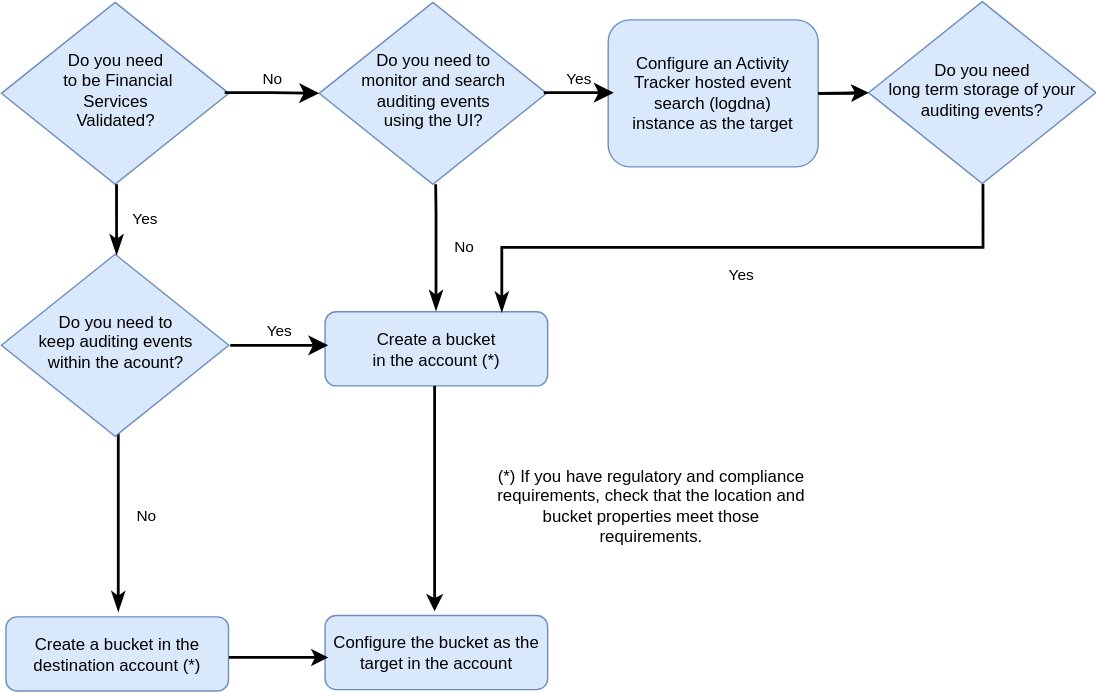
This is atracker/images/overview-flow.svg from ibm-cloud-docs/activity-tracker, a draw.io export, as it was before one commit. Source tidied: cells renumbered, new cells last; positions are measured from the earlier drawing's top-left corner, leaving out a move shared by most shapes. The source it was exported from:
```xml
<mxGraphModel>
  <root>
    <mxCell id="0" />
    <mxCell id="1" parent="0" />
    <mxCell id="2" value="No" style="rounded=0;html=1;jettySize=auto;orthogonalLoop=1;fontSize=11;endArrow=classicThin;endFill=1;endSize=8;strokeWidth=2;shadow=0;labelBackgroundColor=none;edgeStyle=orthogonalEdgeStyle;exitX=0.5;exitY=1;exitDx=0;exitDy=0;" parent="1" edge="1">
      <mxGeometry y="20" relative="1" as="geometry">
        <mxPoint x="82.8" y="301" as="sourcePoint" />
        <mxPoint x="84" y="436" as="targetPoint" />
        <Array as="points">
          <mxPoint x="84" y="301" />
        </Array>
      </mxGeometry>
    </mxCell>
    <mxCell id="3" value="Do you need&lt;br&gt;&amp;nbsp;to be Financial&lt;br&gt;Services &lt;br&gt;Validated?" style="rhombus;whiteSpace=wrap;html=1;shadow=0;fontFamily=Helvetica;fontSize=12;align=center;strokeWidth=1;spacing=6;spacingTop=-4;fillColor=#dae8fc;strokeColor=#6c8ebf;" parent="1" vertex="1">
      <mxGeometry x="0.5" y="1" width="162.5" height="130" as="geometry" />
    </mxCell>
    <mxCell id="4" value="Do you need to &lt;br&gt;monitor and search&lt;br&gt;auditing events&lt;br&gt;using the UI?" style="rhombus;whiteSpace=wrap;html=1;shadow=0;fontFamily=Helvetica;fontSize=12;align=center;strokeWidth=1;spacing=6;spacingTop=-4;fillColor=#dae8fc;strokeColor=#6c8ebf;" parent="1" vertex="1">
      <mxGeometry x="227.5" y="1" width="162.5" height="130" as="geometry" />
    </mxCell>
    <mxCell id="5" style="edgeStyle=orthogonalEdgeStyle;rounded=0;jettySize=auto;html=1;strokeWidth=2;" parent="1" edge="1" source="6" target="19">
      <mxGeometry relative="1" as="geometry" />
    </mxCell>
    <mxCell id="6" value="Configure an Activity Tracker hosted event search (logdna)&lt;br&gt;instance as the target" style="rounded=1;whiteSpace=wrap;html=1;fontSize=12;glass=0;strokeWidth=1;shadow=0;fillColor=#dae8fc;strokeColor=#6c8ebf;" parent="1" vertex="1">
      <mxGeometry x="434" y="13.5" width="150" height="105" as="geometry" />
    </mxCell>
    <mxCell id="7" value="Do you need to &lt;br&gt;keep auditing events &lt;br&gt;within the acount?" style="rhombus;whiteSpace=wrap;html=1;shadow=0;fontFamily=Helvetica;fontSize=12;align=center;strokeWidth=1;spacing=6;spacingTop=-4;fillColor=#dae8fc;strokeColor=#6c8ebf;" parent="1" vertex="1">
      <mxGeometry x="0.5" y="181" width="162.5" height="130" as="geometry" />
    </mxCell>
    <mxCell id="8" value="Create a bucket &lt;br&gt;in the account (*)" style="rounded=1;whiteSpace=wrap;html=1;fontSize=12;glass=0;strokeWidth=1;shadow=0;fillColor=#dae8fc;strokeColor=#6c8ebf;" parent="1" vertex="1">
      <mxGeometry x="231.8" y="222" width="159" height="53" as="geometry" />
    </mxCell>
    <mxCell id="9" value="Configure the bucket as the target in the account" style="rounded=1;whiteSpace=wrap;html=1;fontSize=12;glass=0;strokeWidth=1;shadow=0;fillColor=#dae8fc;strokeColor=#6c8ebf;" parent="1" vertex="1">
      <mxGeometry x="231.8" y="439" width="159" height="53" as="geometry" />
    </mxCell>
    <mxCell id="10" value="Create a bucket in the&lt;br&gt;destination account (*)" style="rounded=1;whiteSpace=wrap;html=1;fontSize=12;glass=0;strokeWidth=1;shadow=0;fillColor=#dae8fc;strokeColor=#6c8ebf;" parent="1" vertex="1">
      <mxGeometry x="3.8" y="440" width="159" height="53" as="geometry" />
    </mxCell>
    <mxCell id="11" value="Yes" style="edgeStyle=orthogonalEdgeStyle;rounded=0;html=1;jettySize=auto;orthogonalLoop=1;fontSize=11;endArrow=classic;endFill=1;endSize=8;strokeWidth=2;shadow=0;labelBackgroundColor=none;" parent="1" edge="1">
      <mxGeometry y="10" relative="1" as="geometry">
        <mxPoint x="164" y="246" as="sourcePoint" />
        <mxPoint x="234" y="246" as="targetPoint" />
      </mxGeometry>
    </mxCell>
    <mxCell id="12" value="Yes" style="edgeStyle=orthogonalEdgeStyle;rounded=0;html=1;jettySize=auto;orthogonalLoop=1;fontSize=11;endArrow=classic;endFill=1;endSize=8;strokeWidth=2;shadow=0;labelBackgroundColor=none;" parent="1" edge="1">
      <mxGeometry y="10" relative="1" as="geometry">
        <mxPoint x="388" y="65.5" as="sourcePoint" />
        <mxPoint x="438" y="65.5" as="targetPoint" />
      </mxGeometry>
    </mxCell>
    <mxCell id="13" value="No" style="edgeStyle=orthogonalEdgeStyle;rounded=0;html=1;jettySize=auto;fontSize=11;endArrow=classic;endFill=1;endSize=8;strokeWidth=2;shadow=0;labelBackgroundColor=none;entryX=0;entryY=0.5;entryDx=0;entryDy=0;" parent="1" edge="1" target="4">
      <mxGeometry y="10" relative="1" as="geometry">
        <mxPoint x="160" y="65.5" as="sourcePoint" />
      </mxGeometry>
    </mxCell>
    <mxCell id="14" value="Yes" style="rounded=0;html=1;jettySize=auto;orthogonalLoop=1;fontSize=11;endArrow=classicThin;endFill=1;endSize=8;strokeWidth=2;shadow=0;labelBackgroundColor=none;edgeStyle=orthogonalEdgeStyle;exitX=0.5;exitY=1;exitDx=0;exitDy=0;entryX=0.75;entryY=0;entryDx=0;entryDy=0;" parent="1" edge="1">
      <mxGeometry y="20" relative="1" as="geometry">
        <mxPoint x="701.8" y="130.5" as="sourcePoint" />
        <mxPoint x="358" y="222" as="targetPoint" />
        <Array as="points">
          <mxPoint x="702" y="176" />
          <mxPoint x="358" y="176" />
        </Array>
      </mxGeometry>
    </mxCell>
    <mxCell id="15" style="endArrow=classic;html=1;rounded=0;strokeWidth=2;" parent="1" edge="1">
      <mxGeometry relative="1" as="geometry">
        <mxPoint x="163" y="469" as="sourcePoint" />
        <mxPoint x="234" y="469" as="targetPoint" />
      </mxGeometry>
    </mxCell>
    <mxCell id="16" value="No" style="rounded=0;html=1;jettySize=auto;orthogonalLoop=1;fontSize=11;endArrow=classicThin;endFill=1;endSize=8;strokeWidth=2;shadow=0;labelBackgroundColor=none;edgeStyle=orthogonalEdgeStyle;exitX=0.5;exitY=1;exitDx=0;exitDy=0;" parent="1" edge="1">
      <mxGeometry y="20" relative="1" as="geometry">
        <mxPoint x="310.8" y="131" as="sourcePoint" />
        <mxPoint x="311" y="221" as="targetPoint" />
        <Array as="points">
          <mxPoint x="310" y="151" />
          <mxPoint x="310" y="151" />
        </Array>
      </mxGeometry>
    </mxCell>
    <mxCell id="17" style="endArrow=classic;html=1;rounded=0;strokeWidth=2;" parent="1" edge="1">
      <mxGeometry relative="1" as="geometry">
        <mxPoint x="310" y="275" as="sourcePoint" />
        <mxPoint x="310" y="436" as="targetPoint" />
      </mxGeometry>
    </mxCell>
    <mxCell id="18" value="(*) If you have regulatory and compliance requirements, check that the location and bucket properties meet those requirements." style="text;html=1;strokeColor=none;fillColor=none;align=center;verticalAlign=middle;whiteSpace=wrap;rounded=0;" parent="1" vertex="1">
      <mxGeometry x="350" y="306" width="230" height="110" as="geometry" />
    </mxCell>
    <mxCell id="19" value="Do you need &lt;br&gt;long term storage of your auditing events?" style="rhombus;whiteSpace=wrap;html=1;shadow=0;fontFamily=Helvetica;fontSize=12;align=center;strokeWidth=1;spacing=6;spacingTop=-4;fillColor=#dae8fc;strokeColor=#6c8ebf;" parent="1" vertex="1">
      <mxGeometry x="620" y="0.5" width="162.5" height="130" as="geometry" />
    </mxCell>
    <mxCell id="20" style="endArrow=classic;html=1;rounded=0;entryX=0;entryY=0.5;entryDx=0;entryDy=0;exitX=1;exitY=0.5;exitDx=0;exitDy=0;strokeWidth=2;" parent="1" edge="1" source="6" target="19">
      <mxGeometry relative="1" as="geometry" />
    </mxCell>
    <mxCell id="21" value="Yes" style="rounded=0;html=1;jettySize=auto;orthogonalLoop=1;fontSize=11;endArrow=classicThin;endFill=1;endSize=8;strokeWidth=2;shadow=0;labelBackgroundColor=none;edgeStyle=orthogonalEdgeStyle;exitX=0.5;exitY=1;exitDx=0;exitDy=0;" parent="1" edge="1">
      <mxGeometry y="20" relative="1" as="geometry">
        <mxPoint x="82.8" y="131" as="sourcePoint" />
        <mxPoint x="82.8" y="181" as="targetPoint" />
      </mxGeometry>
    </mxCell>
  </root>
</mxGraphModel>
```
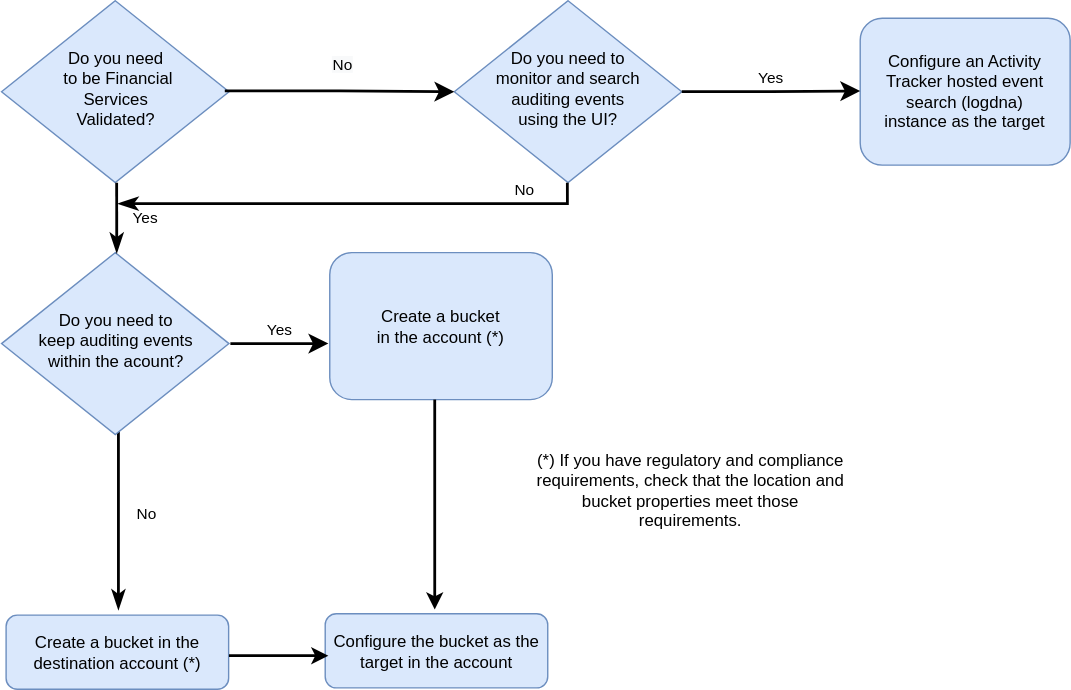
Above is the later version.

Commit message:
Activity Tracker

Change to the diagram source:
```diff
@@ -15,19 +15,16 @@
       <mxGeometry x="0.5" y="1" width="162.5" height="130" as="geometry" />
     </mxCell>
     <mxCell id="4" value="Do you need to &lt;br&gt;monitor and search&lt;br&gt;auditing events&lt;br&gt;using the UI?" style="rhombus;whiteSpace=wrap;html=1;shadow=0;fontFamily=Helvetica;fontSize=12;align=center;strokeWidth=1;spacing=6;spacingTop=-4;fillColor=#dae8fc;strokeColor=#6c8ebf;" parent="1" vertex="1">
-      <mxGeometry x="227.5" y="1" width="162.5" height="130" as="geometry" />
+      <mxGeometry x="324" y="1" width="162.5" height="130" as="geometry" />
     </mxCell>
-    <mxCell id="5" style="edgeStyle=orthogonalEdgeStyle;rounded=0;jettySize=auto;html=1;strokeWidth=2;" parent="1" edge="1" source="6" target="19">
-      <mxGeometry relative="1" as="geometry" />
-    </mxCell>
     <mxCell id="6" value="Configure an Activity Tracker hosted event search (logdna)&lt;br&gt;instance as the target" style="rounded=1;whiteSpace=wrap;html=1;fontSize=12;glass=0;strokeWidth=1;shadow=0;fillColor=#dae8fc;strokeColor=#6c8ebf;" parent="1" vertex="1">
-      <mxGeometry x="434" y="13.5" width="150" height="105" as="geometry" />
+      <mxGeometry x="614" y="13.5" width="150" height="105" as="geometry" />
     </mxCell>
     <mxCell id="7" value="Do you need to &lt;br&gt;keep auditing events &lt;br&gt;within the acount?" style="rhombus;whiteSpace=wrap;html=1;shadow=0;fontFamily=Helvetica;fontSize=12;align=center;strokeWidth=1;spacing=6;spacingTop=-4;fillColor=#dae8fc;strokeColor=#6c8ebf;" parent="1" vertex="1">
       <mxGeometry x="0.5" y="181" width="162.5" height="130" as="geometry" />
     </mxCell>
     <mxCell id="8" value="Create a bucket &lt;br&gt;in the account (*)" style="rounded=1;whiteSpace=wrap;html=1;fontSize=12;glass=0;strokeWidth=1;shadow=0;fillColor=#dae8fc;strokeColor=#6c8ebf;" parent="1" vertex="1">
-      <mxGeometry x="231.8" y="222" width="159" height="53" as="geometry" />
+      <mxGeometry x="235" y="181" width="159" height="105" as="geometry" />
     </mxCell>
     <mxCell id="9" value="Configure the bucket as the target in the account" style="rounded=1;whiteSpace=wrap;html=1;fontSize=12;glass=0;strokeWidth=1;shadow=0;fillColor=#dae8fc;strokeColor=#6c8ebf;" parent="1" vertex="1">
       <mxGeometry x="231.8" y="439" width="159" height="53" as="geometry" />
@@ -41,63 +38,46 @@
         <mxPoint x="234" y="246" as="targetPoint" />
       </mxGeometry>
     </mxCell>
-    <mxCell id="12" value="Yes" style="edgeStyle=orthogonalEdgeStyle;rounded=0;html=1;jettySize=auto;orthogonalLoop=1;fontSize=11;endArrow=classic;endFill=1;endSize=8;strokeWidth=2;shadow=0;labelBackgroundColor=none;" parent="1" edge="1">
+    <mxCell id="12" value="Yes" style="edgeStyle=orthogonalEdgeStyle;rounded=0;html=1;jettySize=auto;fontSize=11;endArrow=classic;endFill=1;endSize=8;strokeWidth=2;shadow=0;labelBackgroundColor=none;exitX=1;exitY=0.5;exitDx=0;exitDy=0;" parent="1" edge="1" source="4">
       <mxGeometry y="10" relative="1" as="geometry">
-        <mxPoint x="388" y="65.5" as="sourcePoint" />
-        <mxPoint x="438" y="65.5" as="targetPoint" />
+        <mxPoint x="614" y="65.5" as="targetPoint" />
       </mxGeometry>
     </mxCell>
-    <mxCell id="13" value="No" style="edgeStyle=orthogonalEdgeStyle;rounded=0;html=1;jettySize=auto;fontSize=11;endArrow=classic;endFill=1;endSize=8;strokeWidth=2;shadow=0;labelBackgroundColor=none;entryX=0;entryY=0.5;entryDx=0;entryDy=0;" parent="1" edge="1" target="4">
-      <mxGeometry y="10" relative="1" as="geometry">
+    <mxCell id="13" value="&lt;meta charset=&quot;utf-8&quot;&gt;&lt;span style=&quot;color: rgb(0, 0, 0); font-family: Helvetica; font-size: 11px; font-style: normal; font-variant-ligatures: normal; font-variant-caps: normal; font-weight: 400; letter-spacing: normal; orphans: 2; text-align: center; text-indent: 0px; text-transform: none; widows: 2; word-spacing: 0px; -webkit-text-stroke-width: 0px; background-color: rgb(248, 249, 250); text-decoration-thickness: initial; text-decoration-style: initial; text-decoration-color: initial; float: none; display: inline !important;&quot;&gt;No&lt;/span&gt;" style="edgeStyle=orthogonalEdgeStyle;rounded=0;html=1;jettySize=auto;fontSize=11;endArrow=classic;endFill=1;endSize=8;strokeWidth=2;shadow=0;labelBackgroundColor=none;entryX=0;entryY=0.5;entryDx=0;entryDy=0;" parent="1" edge="1" target="4">
+      <mxGeometry y="20" relative="1" as="geometry">
         <mxPoint x="160" y="65.5" as="sourcePoint" />
+        <mxPoint x="-18" y="-19" as="offset" />
       </mxGeometry>
     </mxCell>
-    <mxCell id="14" value="Yes" style="rounded=0;html=1;jettySize=auto;orthogonalLoop=1;fontSize=11;endArrow=classicThin;endFill=1;endSize=8;strokeWidth=2;shadow=0;labelBackgroundColor=none;edgeStyle=orthogonalEdgeStyle;exitX=0.5;exitY=1;exitDx=0;exitDy=0;entryX=0.75;entryY=0;entryDx=0;entryDy=0;" parent="1" edge="1">
-      <mxGeometry y="20" relative="1" as="geometry">
-        <mxPoint x="701.8" y="130.5" as="sourcePoint" />
-        <mxPoint x="358" y="222" as="targetPoint" />
-        <Array as="points">
-          <mxPoint x="702" y="176" />
-          <mxPoint x="358" y="176" />
-        </Array>
-      </mxGeometry>
-    </mxCell>
     <mxCell id="15" style="endArrow=classic;html=1;rounded=0;strokeWidth=2;" parent="1" edge="1">
       <mxGeometry relative="1" as="geometry">
         <mxPoint x="163" y="469" as="sourcePoint" />
         <mxPoint x="234" y="469" as="targetPoint" />
       </mxGeometry>
     </mxCell>
-    <mxCell id="16" value="No" style="rounded=0;html=1;jettySize=auto;orthogonalLoop=1;fontSize=11;endArrow=classicThin;endFill=1;endSize=8;strokeWidth=2;shadow=0;labelBackgroundColor=none;edgeStyle=orthogonalEdgeStyle;exitX=0.5;exitY=1;exitDx=0;exitDy=0;" parent="1" edge="1">
-      <mxGeometry y="20" relative="1" as="geometry">
-        <mxPoint x="310.8" y="131" as="sourcePoint" />
-        <mxPoint x="311" y="221" as="targetPoint" />
-        <Array as="points">
-          <mxPoint x="310" y="151" />
-          <mxPoint x="310" y="151" />
-        </Array>
-      </mxGeometry>
-    </mxCell>
     <mxCell id="17" style="endArrow=classic;html=1;rounded=0;strokeWidth=2;" parent="1" edge="1">
       <mxGeometry relative="1" as="geometry">
-        <mxPoint x="310" y="275" as="sourcePoint" />
+        <mxPoint x="310" y="286" as="sourcePoint" />
         <mxPoint x="310" y="436" as="targetPoint" />
       </mxGeometry>
     </mxCell>
     <mxCell id="18" value="(*) If you have regulatory and compliance requirements, check that the location and bucket properties meet those requirements." style="text;html=1;strokeColor=none;fillColor=none;align=center;verticalAlign=middle;whiteSpace=wrap;rounded=0;" parent="1" vertex="1">
-      <mxGeometry x="350" y="306" width="230" height="110" as="geometry" />
+      <mxGeometry x="378" y="296" width="230" height="110" as="geometry" />
     </mxCell>
-    <mxCell id="19" value="Do you need &lt;br&gt;long term storage of your auditing events?" style="rhombus;whiteSpace=wrap;html=1;shadow=0;fontFamily=Helvetica;fontSize=12;align=center;strokeWidth=1;spacing=6;spacingTop=-4;fillColor=#dae8fc;strokeColor=#6c8ebf;" parent="1" vertex="1">
-      <mxGeometry x="620" y="0.5" width="162.5" height="130" as="geometry" />
-    </mxCell>
-    <mxCell id="20" style="endArrow=classic;html=1;rounded=0;entryX=0;entryY=0.5;entryDx=0;entryDy=0;exitX=1;exitY=0.5;exitDx=0;exitDy=0;strokeWidth=2;" parent="1" edge="1" source="6" target="19">
-      <mxGeometry relative="1" as="geometry" />
-    </mxCell>
     <mxCell id="21" value="Yes" style="rounded=0;html=1;jettySize=auto;orthogonalLoop=1;fontSize=11;endArrow=classicThin;endFill=1;endSize=8;strokeWidth=2;shadow=0;labelBackgroundColor=none;edgeStyle=orthogonalEdgeStyle;exitX=0.5;exitY=1;exitDx=0;exitDy=0;" parent="1" edge="1">
       <mxGeometry y="20" relative="1" as="geometry">
         <mxPoint x="82.8" y="131" as="sourcePoint" />
         <mxPoint x="82.8" y="181" as="targetPoint" />
       </mxGeometry>
     </mxCell>
+    <mxCell id="16" value="No" style="rounded=0;html=1;jettySize=auto;orthogonalLoop=1;fontSize=11;endArrow=classicThin;endFill=1;endSize=8;strokeWidth=2;shadow=0;labelBackgroundColor=none;edgeStyle=orthogonalEdgeStyle;exitX=0.5;exitY=1;exitDx=0;exitDy=0;" parent="1" edge="1">
+      <mxGeometry x="-0.73" y="-10" relative="1" as="geometry">
+        <mxPoint x="404.8" y="131" as="sourcePoint" />
+        <mxPoint x="84" y="146" as="targetPoint" />
+        <Array as="points">
+          <mxPoint x="405" y="146" />
+        </Array>
+      </mxGeometry>
+    </mxCell>
   </root>
 </mxGraphModel>
```
